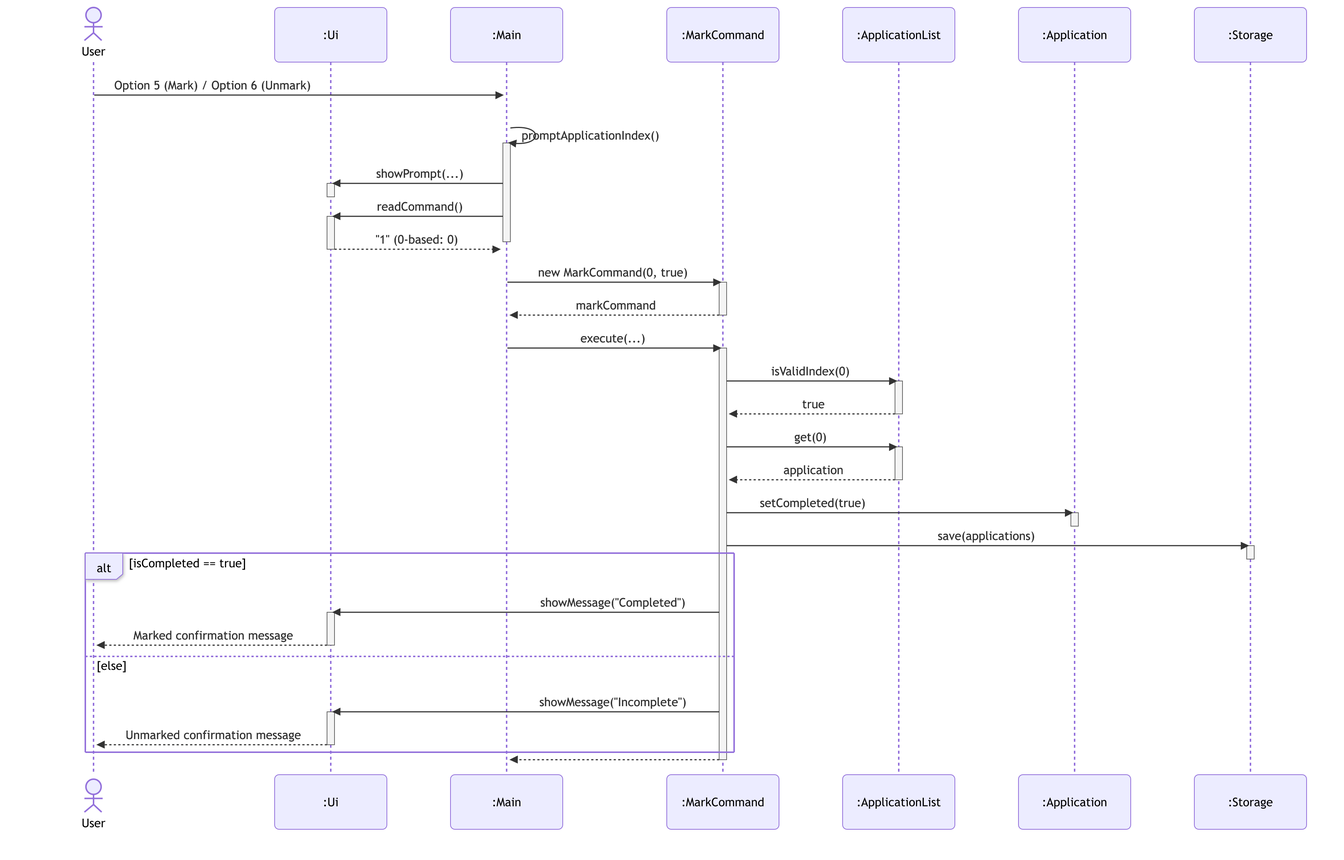
Before: docs/diagrams/mark-application-sequence.png, a diagram exported from Mermaid (AY2627S1-CS2113-T10-2/tp). Its source is kept beside it as docs/diagrams/sources/mark-application-sequence.mmd.
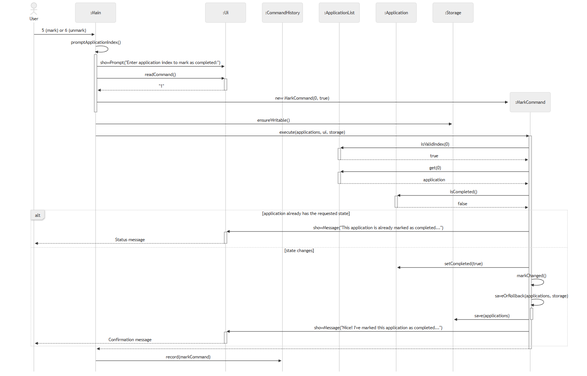
Above is the later version.

The edit, as a diff of the source:
```diff
@@ -1,31 +1,26 @@
-%%{init: {'theme': 'default', 'sequence': {'actorMargin': 85, 'messageMargin': 45}}}%%
-%%{init: {'theme': 'default', 'sequence': {'actorMargin': 85, 'messageMargin': 45}}}%%
-%%{init: {'theme': 'default', 'sequence': {'actorMargin': 85, 'messageMargin': 45}}}%%
+%%{init: {'theme': 'neutral', 'sequence': {'mirrorActors': false, 'actorMargin': 60, 'messageMargin': 28}}}%%
 sequenceDiagram
     actor user as User
+    participant main as :Main
     participant ui as :Ui
-    participant main as :Main
-    participant cmd as :MarkCommand
+    participant history as :CommandHistory
     participant list as :ApplicationList
     participant app as :Application
     participant storage as :Storage
 
-    user->>main: Option 5 (Mark) / Option 6 (Unmark)
+    user->>main: 5 (mark) or 6 (unmark)
     main->>main: promptApplicationIndex()
     activate main
-    main->>ui: showPrompt(...)
-    activate ui
-    deactivate ui
+    main->>ui: showPrompt("Enter application index to mark as completed:")
     main->>ui: readCommand()
     activate ui
-    ui-->>main: "1" (0-based: 0)
+    ui-->>main: "1"
     deactivate ui
+    create participant cmd as :MarkCommand
+    main->>cmd: new MarkCommand(0, true)
     deactivate main
-    main->>cmd: new MarkCommand(0, true)
-    activate cmd
-    cmd-->>main: markCommand
-    deactivate cmd
-    main->>cmd: execute(...)
+    main->>storage: ensureWritable()
+    main->>cmd: execute(applications, ui, storage)
     activate cmd
     cmd->>list: isValidIndex(0)
     activate list
@@ -35,24 +30,28 @@
     activate list
     list-->>cmd: application
     deactivate list
-    cmd->>app: setCompleted(true)
+    cmd->>app: isCompleted()
     activate app
+    app-->>cmd: false
     deactivate app
-    cmd->>storage: save(applications)
-    activate storage
-    deactivate storage
 
-    alt isCompleted == true
-        cmd->>ui: showMessage("Completed")
+    alt application already has the requested state
+        cmd->>ui: showMessage("This application is already marked as completed...")
         activate ui
-        ui-->>user: Marked confirmation message
+        ui-->>user: Status message
         deactivate ui
-    else else
-        cmd->>ui: showMessage("Incomplete")
+    else state changes
+        cmd->>app: setCompleted(true)
+        cmd->>cmd: markChanged()
+        cmd->>cmd: saveOrRollback(applications, storage)
+        activate cmd
+        cmd->>storage: save(applications)
+        deactivate cmd
+        cmd->>ui: showMessage("Nice! I've marked this application as completed...")
         activate ui
-        ui-->>user: Unmarked confirmation message
+        ui-->>user: Confirmation message
         deactivate ui
     end
-
     cmd-->>main:
     deactivate cmd
+    main->>history: record(markCommand)
```
